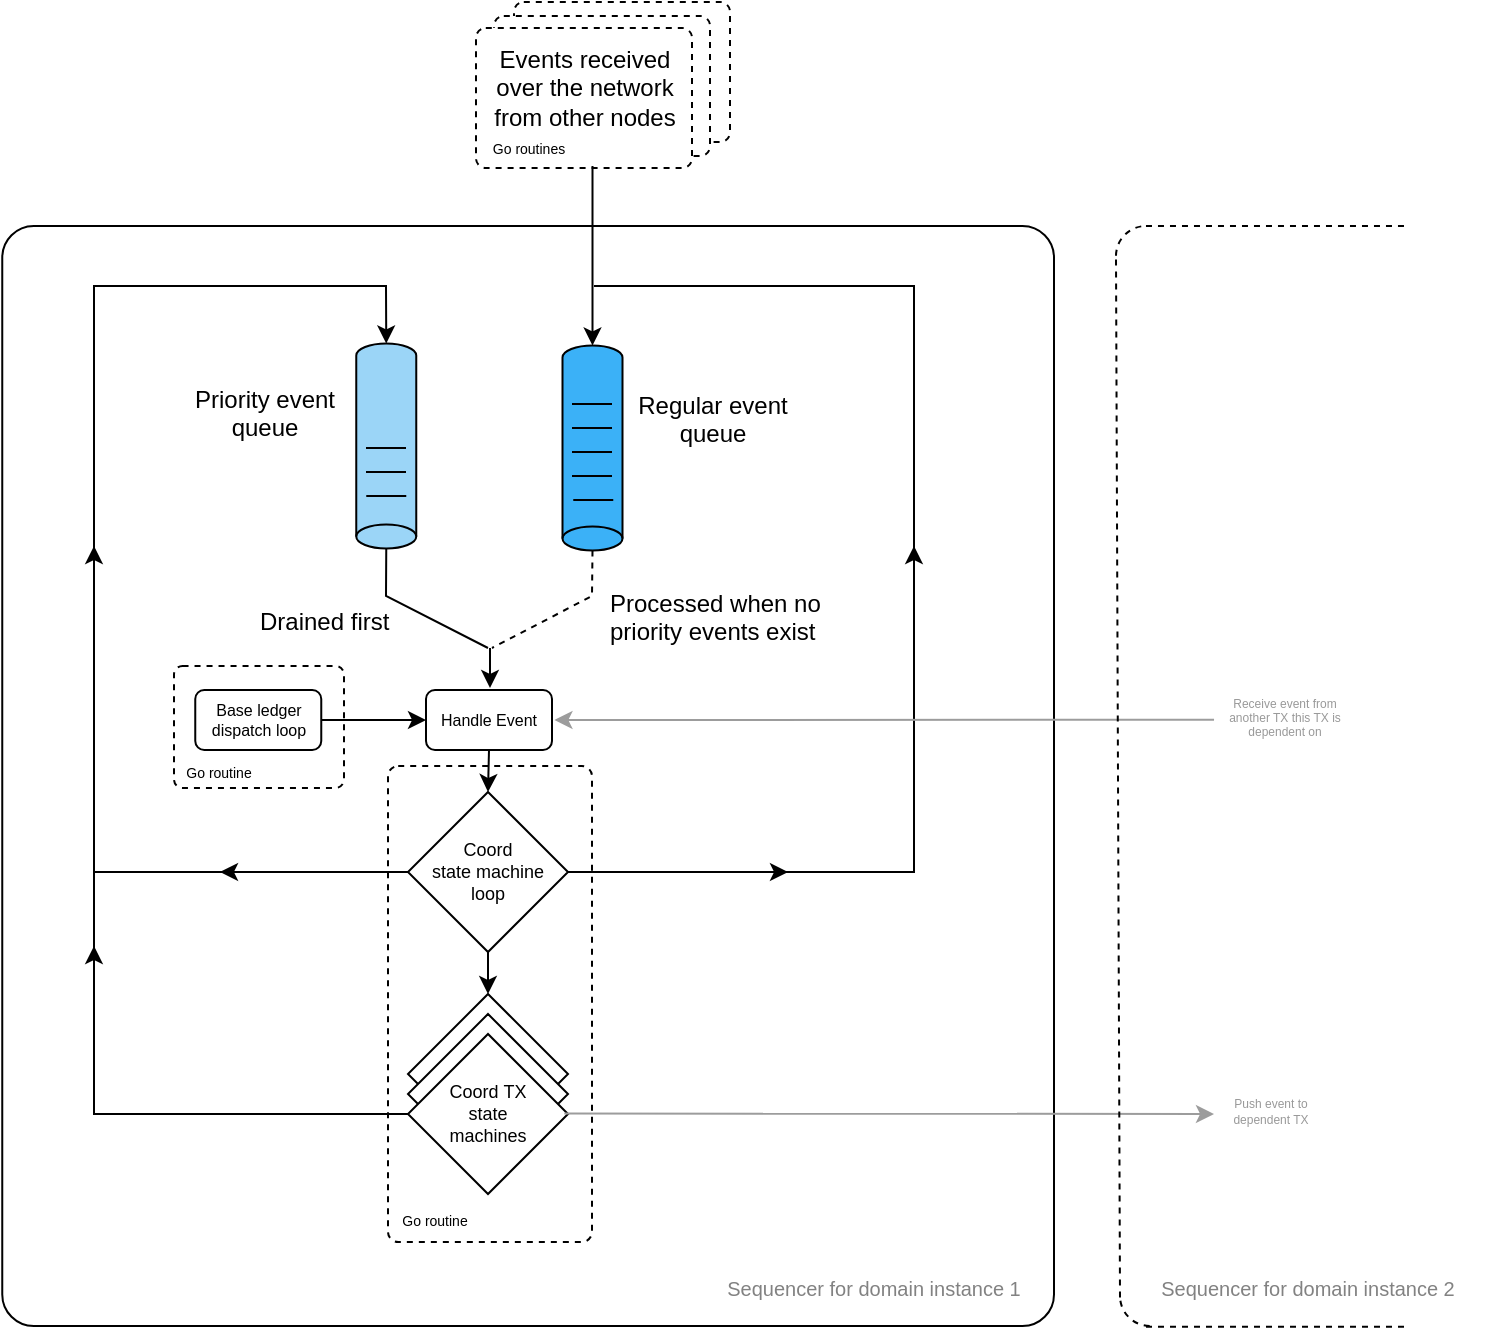
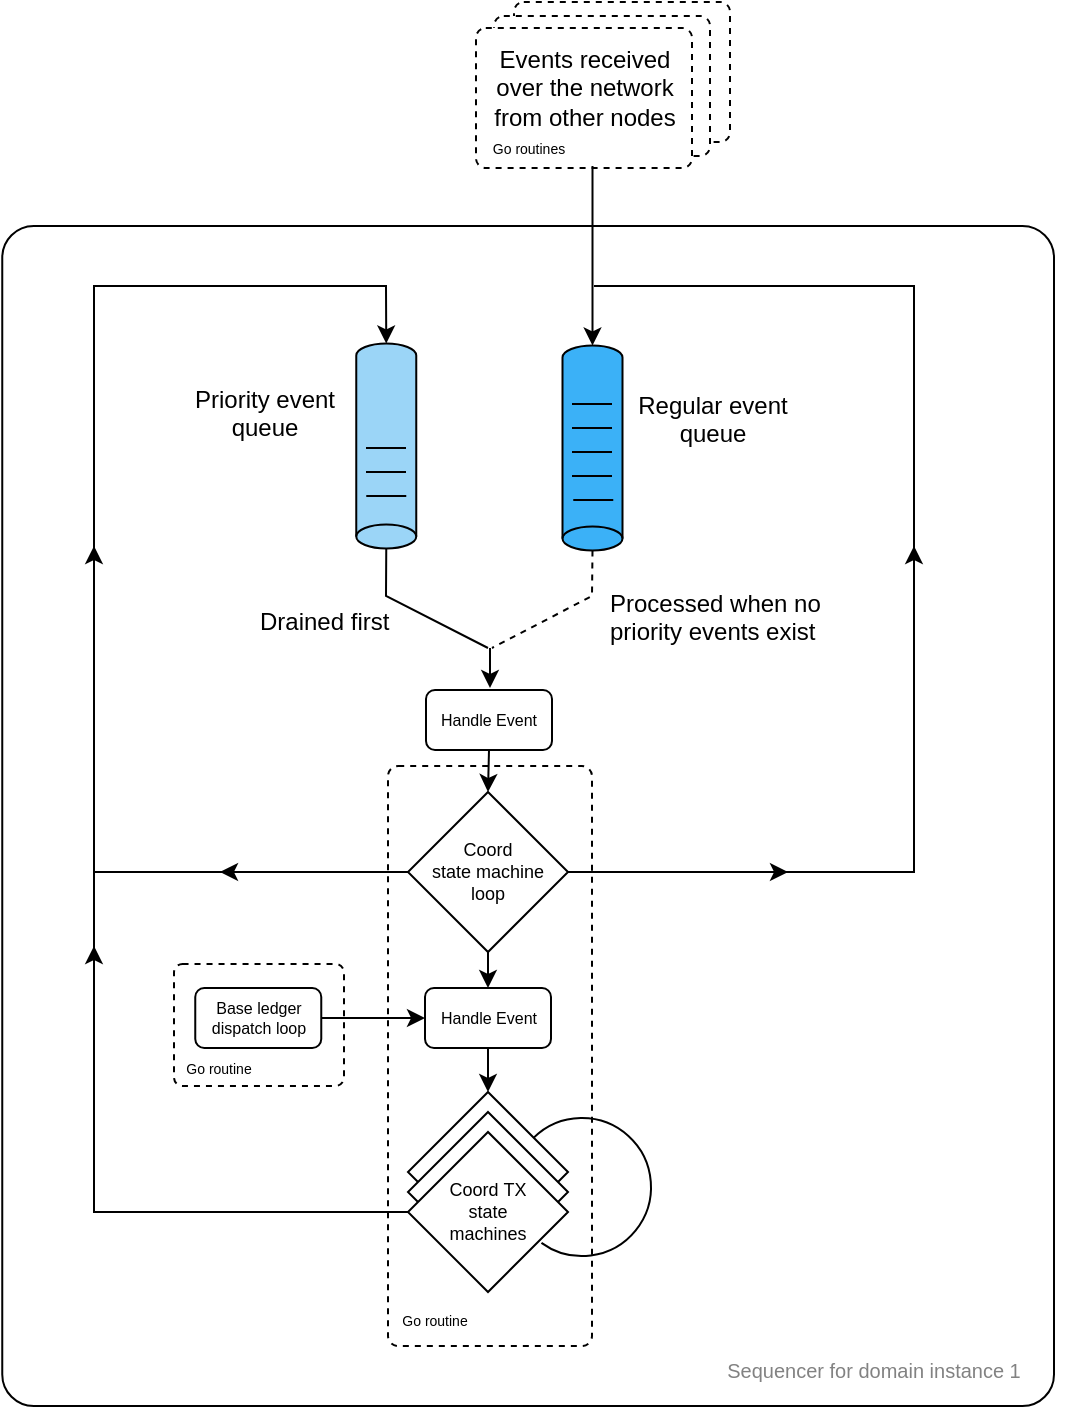
<mxfile host="app.diagrams.net" agent="Mozilla/5.0 (Macintosh; Intel Mac OS X 10_15_7) AppleWebKit/537.36 (KHTML, like Gecko) Chrome/139.0.0.0 Safari/537.36">
  <diagram name="Page-1" id="C8NSOBrv79tDnDeP1kUS">
    <mxGraphModel dx="1078" dy="1001" grid="1" gridSize="10" guides="1" tooltips="1" connect="1" arrows="1" fold="1" page="1" pageScale="1" pageWidth="827" pageHeight="1169" math="0" shadow="0">
      <root>
        <mxCell id="0" />
        <mxCell id="1" parent="0" />
+         <mxCell id="hJJGvJK_ioRVoAejF05v-124" parent="1" style="rounded=1;whiteSpace=wrap;verticalAlign=middle;spacing=0;fontSize=8;dashed=1;fillColor=none;arcSize=7;" value="" vertex="1">
+           <mxGeometry height="61" width="85" x="1030" y="489" as="geometry" />
+         </mxCell>
        <mxCell id="hJJGvJK_ioRVoAejF05v-149" parent="1" style="rounded=1;whiteSpace=wrap;verticalAlign=middle;spacing=0;fontSize=8;dashed=1;fillColor=default;arcSize=7;" value="" vertex="1">
          <mxGeometry height="70" width="108" x="1200" y="8" as="geometry" />
        </mxCell>
        <mxCell id="hJJGvJK_ioRVoAejF05v-148" parent="1" style="rounded=1;whiteSpace=wrap;verticalAlign=middle;spacing=0;fontSize=8;dashed=1;fillColor=default;arcSize=7;" value="" vertex="1">
          <mxGeometry height="70" width="108" x="1190" y="15" as="geometry" />
        </mxCell>
        <mxCell id="hJJGvJK_ioRVoAejF05v-144" parent="1" style="rounded=1;whiteSpace=wrap;verticalAlign=middle;spacing=0;fontSize=8;dashed=1;fillColor=default;arcSize=7;" value="" vertex="1">
          <mxGeometry height="70" width="108" x="1181" y="21" as="geometry" />
        </mxCell>
        <mxCell id="aNiqXzNtH5demji9GXow-4" parent="1" style="rounded=1;whiteSpace=wrap;html=1;arcSize=3;align=left;verticalAlign=bottom;spacingLeft=8;spacingBottom=4;fillColor=none;" value="" vertex="1">
-           <mxGeometry height="550" width="525.87" x="944.13" y="120" as="geometry" />
+           <mxGeometry height="590" width="525.87" x="944.13" y="120" as="geometry" />
        </mxCell>
        <mxCell id="hJJGvJK_ioRVoAejF05v-123" parent="1" style="rounded=1;whiteSpace=wrap;verticalAlign=middle;spacing=0;fontSize=8;dashed=1;fillColor=none;arcSize=5;" value="" vertex="1">
-           <mxGeometry height="238" width="102" x="1137" y="390" as="geometry" />
+           <mxGeometry height="290" width="102" x="1137" y="390" as="geometry" />
        </mxCell>
        <mxCell id="aNiqXzNtH5demji9GXow-8" parent="1" style="rhombus;whiteSpace=wrap;html=1;fontSize=9;fillColor=default;" value="&lt;font&gt;Coord&lt;/font&gt;&lt;div&gt;&lt;div&gt;&lt;font&gt;state&amp;nbsp;&lt;/font&gt;&lt;span style=&quot;background-color: transparent; color: light-dark(rgb(0, 0, 0), rgb(255, 255, 255));&quot;&gt;machine&lt;/span&gt;&lt;/div&gt;&lt;div&gt;&lt;font&gt;loop&lt;/font&gt;&lt;/div&gt;&lt;/div&gt;" vertex="1">
          <mxGeometry height="80" width="80" x="1147" y="403" as="geometry" />
        </mxCell>
        <mxCell id="aNiqXzNtH5demji9GXow-9" parent="1" style="rhombus;whiteSpace=wrap;html=1;fontSize=9;" value="&lt;font&gt;Coord&lt;/font&gt;&lt;div&gt;&lt;font&gt;TX state&lt;/font&gt;&lt;/div&gt;&lt;div&gt;&lt;font&gt;machine&lt;/font&gt;&lt;/div&gt;" vertex="1">
-           <mxGeometry height="80" width="80" x="1147" y="504" as="geometry" />
+           <mxGeometry height="80" width="80" x="1147" y="553" as="geometry" />
        </mxCell>
        <mxCell id="aNiqXzNtH5demji9GXow-10" parent="1" style="rhombus;whiteSpace=wrap;html=1;fontSize=9;" value="&lt;font&gt;Coord&lt;/font&gt;&lt;div&gt;&lt;font&gt;TX state&lt;/font&gt;&lt;/div&gt;&lt;div&gt;&lt;font&gt;machine&lt;/font&gt;&lt;/div&gt;" vertex="1">
-           <mxGeometry height="80" width="80" x="1147" y="514" as="geometry" />
+           <mxGeometry height="80" width="80" x="1147" y="563" as="geometry" />
        </mxCell>
        <mxCell id="aNiqXzNtH5demji9GXow-11" parent="1" style="rhombus;whiteSpace=wrap;html=1;fontSize=9;direction=south;" value="&lt;font&gt;Coord&amp;nbsp;&lt;/font&gt;&lt;span style=&quot;background-color: transparent; color: light-dark(rgb(0, 0, 0), rgb(255, 255, 255));&quot;&gt;TX&lt;/span&gt;&lt;div&gt;&lt;div&gt;&lt;font&gt;state&lt;/font&gt;&lt;/div&gt;&lt;div&gt;&lt;span style=&quot;background-color: transparent; color: light-dark(rgb(0, 0, 0), rgb(255, 255, 255));&quot;&gt;machines&lt;/span&gt;&lt;/div&gt;&lt;/div&gt;" vertex="1">
-           <mxGeometry height="80" width="80" x="1147" y="524" as="geometry" />
+           <mxGeometry height="80" width="80" x="1147" y="573" as="geometry" />
        </mxCell>
        <mxCell id="RWjuaOt8oKPFvKvxVDz4-2" parent="1" style="shape=cylinder3;whiteSpace=wrap;html=1;boundedLbl=1;backgroundOutline=1;size=5.999999999999773;rotation=90;direction=south;fillColor=#9BD5F7;" value="" vertex="1">
          <mxGeometry height="30" width="102.5" x="1084.88" y="215" as="geometry" />
        </mxCell>
-         <mxCell id="RWjuaOt8oKPFvKvxVDz4-19" edge="1" parent="1" source="aNiqXzNtH5demji9GXow-8" style="endArrow=classic;html=1;rounded=0;entryX=0.5;entryY=0;entryDx=0;entryDy=0;exitX=0.5;exitY=1;exitDx=0;exitDy=0;" target="aNiqXzNtH5demji9GXow-9" value="">
+         <mxCell id="RWjuaOt8oKPFvKvxVDz4-19" edge="1" parent="1" source="aNiqXzNtH5demji9GXow-8" style="endArrow=classic;html=1;rounded=0;exitX=0.5;exitY=1;exitDx=0;exitDy=0;entryX=0.5;entryY=0;entryDx=0;entryDy=0;" target="hJJGvJK_ioRVoAejF05v-150" value="">
          <mxGeometry height="50" relative="1" width="50" as="geometry">
            <mxPoint x="1146.6" y="416" as="sourcePoint" />
-             <mxPoint x="1146.6" y="436" as="targetPoint" />
+             <mxPoint x="1530" y="460" as="targetPoint" />
          </mxGeometry>
        </mxCell>
        <mxCell id="hJJGvJK_ioRVoAejF05v-11" edge="1" parent="1" style="endArrow=none;html=1;rounded=0;entryX=0.167;entryY=0.706;entryDx=0;entryDy=0;entryPerimeter=0;" value="">
          <mxGeometry height="50" relative="1" width="50" as="geometry">
            <mxPoint x="1126.13" y="255" as="sourcePoint" />
            <mxPoint x="1146.13" y="255" as="targetPoint" />
          </mxGeometry>
        </mxCell>
        <mxCell id="hJJGvJK_ioRVoAejF05v-15" parent="1" style="rounded=1;whiteSpace=wrap;fontSize=7;align=center;verticalAlign=top;arcSize=5;fontFamily=Helvetica;spacingLeft=6;spacingTop=2;html=1;textDirection=ltr;strokeColor=none;fillColor=none;" value="&lt;span style=&quot;font-size: 12px;&quot;&gt;Events received over the network from other nodes&lt;/span&gt;" vertex="1">
          <mxGeometry height="25" width="110.5" x="1177" y="21" as="geometry" />
        </mxCell>
        <mxCell id="hJJGvJK_ioRVoAejF05v-70" edge="1" parent="1" source="RWjuaOt8oKPFvKvxVDz4-2" style="endArrow=none;html=1;rounded=0;exitX=0.5;exitY=0;exitDx=0;exitDy=0;exitPerimeter=0;endFill=0;" value="">
          <mxGeometry height="50" relative="1" width="50" as="geometry">
            <Array as="points">
              <mxPoint x="1136" y="305" />
            </Array>
            <mxPoint x="947" y="535" as="sourcePoint" />
            <mxPoint x="1187" y="331" as="targetPoint" />
          </mxGeometry>
        </mxCell>
        <mxCell id="hJJGvJK_ioRVoAejF05v-71" parent="1" style="shape=cylinder3;whiteSpace=wrap;html=1;boundedLbl=1;backgroundOutline=1;size=5.999999999999773;rotation=90;direction=south;fillColor=light-dark(#3BB1F7,#6CD856);" value="" vertex="1">
          <mxGeometry height="30" width="102.5" x="1188" y="216" as="geometry" />
        </mxCell>
        <mxCell id="hJJGvJK_ioRVoAejF05v-72" edge="1" parent="1" style="endArrow=none;html=1;rounded=0;entryX=0.167;entryY=0.706;entryDx=0;entryDy=0;entryPerimeter=0;" value="">
          <mxGeometry height="50" relative="1" width="50" as="geometry">
            <mxPoint x="1229.63" y="257" as="sourcePoint" />
            <mxPoint x="1249.63" y="257" as="targetPoint" />
          </mxGeometry>
        </mxCell>
        <mxCell id="hJJGvJK_ioRVoAejF05v-73" edge="1" parent="1" source="hJJGvJK_ioRVoAejF05v-71" style="endArrow=none;html=1;rounded=0;exitX=0.5;exitY=0;exitDx=0;exitDy=0;exitPerimeter=0;dashed=1;endFill=0;" value="">
          <mxGeometry height="50" relative="1" width="50" as="geometry">
            <Array as="points">
              <mxPoint x="1239" y="305" />
            </Array>
            <mxPoint x="1312" y="282" as="sourcePoint" />
            <mxPoint x="1189" y="331" as="targetPoint" />
          </mxGeometry>
        </mxCell>
        <mxCell id="hJJGvJK_ioRVoAejF05v-74" edge="1" parent="1" style="endArrow=none;html=1;rounded=0;entryX=0.167;entryY=0.706;entryDx=0;entryDy=0;entryPerimeter=0;" value="">
          <mxGeometry height="50" relative="1" width="50" as="geometry">
            <mxPoint x="1126" y="243" as="sourcePoint" />
            <mxPoint x="1146" y="243" as="targetPoint" />
          </mxGeometry>
        </mxCell>
        <mxCell id="hJJGvJK_ioRVoAejF05v-75" edge="1" parent="1" style="endArrow=none;html=1;rounded=0;entryX=0.167;entryY=0.706;entryDx=0;entryDy=0;entryPerimeter=0;" value="">
          <mxGeometry height="50" relative="1" width="50" as="geometry">
            <mxPoint x="1126" y="231" as="sourcePoint" />
            <mxPoint x="1146" y="231" as="targetPoint" />
          </mxGeometry>
        </mxCell>
        <mxCell id="hJJGvJK_ioRVoAejF05v-78" edge="1" parent="1" style="endArrow=none;html=1;rounded=0;entryX=0.167;entryY=0.706;entryDx=0;entryDy=0;entryPerimeter=0;" value="">
          <mxGeometry height="50" relative="1" width="50" as="geometry">
            <mxPoint x="1229" y="245" as="sourcePoint" />
            <mxPoint x="1249" y="245" as="targetPoint" />
          </mxGeometry>
        </mxCell>
        <mxCell id="hJJGvJK_ioRVoAejF05v-79" edge="1" parent="1" style="endArrow=none;html=1;rounded=0;entryX=0.167;entryY=0.706;entryDx=0;entryDy=0;entryPerimeter=0;" value="">
          <mxGeometry height="50" relative="1" width="50" as="geometry">
            <mxPoint x="1229" y="233" as="sourcePoint" />
            <mxPoint x="1249" y="233" as="targetPoint" />
          </mxGeometry>
        </mxCell>
        <mxCell id="hJJGvJK_ioRVoAejF05v-80" edge="1" parent="1" style="endArrow=none;html=1;rounded=0;entryX=0.167;entryY=0.706;entryDx=0;entryDy=0;entryPerimeter=0;" value="">
          <mxGeometry height="50" relative="1" width="50" as="geometry">
            <mxPoint x="1229" y="221" as="sourcePoint" />
            <mxPoint x="1249" y="221" as="targetPoint" />
          </mxGeometry>
        </mxCell>
        <mxCell id="hJJGvJK_ioRVoAejF05v-81" parent="1" style="rounded=1;whiteSpace=wrap;fontSize=7;align=center;verticalAlign=top;arcSize=5;fontFamily=Helvetica;spacingLeft=6;spacingTop=2;html=1;textDirection=ltr;strokeColor=none;fillColor=none;" value="&lt;span style=&quot;font-size: 12px;&quot;&gt;Priority event queue&lt;/span&gt;" vertex="1">
          <mxGeometry height="25" width="97" x="1023.63" y="191" as="geometry" />
        </mxCell>
        <mxCell id="hJJGvJK_ioRVoAejF05v-82" parent="1" style="rounded=1;whiteSpace=wrap;fontSize=7;align=center;verticalAlign=top;arcSize=5;fontFamily=Helvetica;spacingLeft=6;spacingTop=2;html=1;textDirection=ltr;strokeColor=none;fillColor=none;" value="&lt;span style=&quot;font-size: 12px;&quot;&gt;Regular event queue&lt;/span&gt;" vertex="1">
          <mxGeometry height="25" width="93" x="1250" y="194" as="geometry" />
        </mxCell>
        <mxCell id="hJJGvJK_ioRVoAejF05v-83" edge="1" parent="1" style="endArrow=none;html=1;rounded=0;entryX=0.167;entryY=0.706;entryDx=0;entryDy=0;entryPerimeter=0;" value="">
          <mxGeometry height="50" relative="1" width="50" as="geometry">
            <mxPoint x="1229" y="209" as="sourcePoint" />
            <mxPoint x="1249" y="209" as="targetPoint" />
          </mxGeometry>
        </mxCell>
        <mxCell id="hJJGvJK_ioRVoAejF05v-84" parent="1" style="rounded=1;whiteSpace=wrap;fontSize=7;align=left;verticalAlign=top;arcSize=5;fontFamily=Helvetica;spacingLeft=6;spacingTop=2;html=1;textDirection=ltr;strokeColor=none;fillColor=none;" value="&lt;span style=&quot;font-size: 12px;&quot;&gt;Drained first&lt;/span&gt;" vertex="1">
          <mxGeometry height="25" width="85.37" x="1065" y="302" as="geometry" />
        </mxCell>
        <mxCell id="hJJGvJK_ioRVoAejF05v-85" parent="1" style="rounded=1;whiteSpace=wrap;fontSize=7;align=left;verticalAlign=top;arcSize=5;fontFamily=Helvetica;spacingLeft=6;spacingTop=2;html=1;textDirection=ltr;strokeColor=none;fillColor=none;" value="&lt;span style=&quot;font-size: 12px;&quot;&gt;Processed when no priority events exist&lt;/span&gt;" vertex="1">
          <mxGeometry height="25" width="119" x="1240" y="292.75" as="geometry" />
        </mxCell>
        <mxCell id="hJJGvJK_ioRVoAejF05v-87" edge="1" parent="1" source="hJJGvJK_ioRVoAejF05v-147" style="endArrow=classic;html=1;rounded=0;entryX=0.5;entryY=1;entryDx=0;entryDy=0;entryPerimeter=0;exitX=0.882;exitY=0.84;exitDx=0;exitDy=0;exitPerimeter=0;" target="hJJGvJK_ioRVoAejF05v-71" value="">
          <mxGeometry height="50" relative="1" width="50" as="geometry">
            <mxPoint x="1240" y="120" as="sourcePoint" />
            <mxPoint x="970" y="420" as="targetPoint" />
          </mxGeometry>
        </mxCell>
        <mxCell id="hJJGvJK_ioRVoAejF05v-88" edge="1" parent="1" source="aNiqXzNtH5demji9GXow-8" style="endArrow=none;html=1;rounded=0;exitX=1;exitY=0.5;exitDx=0;exitDy=0;endFill=0;" value="">
          <mxGeometry height="50" relative="1" width="50" as="geometry">
            <Array as="points">
              <mxPoint x="1400" y="443" />
              <mxPoint x="1400" y="150" />
            </Array>
            <mxPoint x="920" y="470" as="sourcePoint" />
            <mxPoint x="1240" y="150" as="targetPoint" />
          </mxGeometry>
        </mxCell>
        <mxCell id="hJJGvJK_ioRVoAejF05v-90" edge="1" parent="1" source="aNiqXzNtH5demji9GXow-8" style="endArrow=classic;html=1;rounded=0;entryX=0.5;entryY=1;entryDx=0;entryDy=0;entryPerimeter=0;exitX=0;exitY=0.5;exitDx=0;exitDy=0;" target="RWjuaOt8oKPFvKvxVDz4-2" value="">
          <mxGeometry height="50" relative="1" width="50" as="geometry">
            <Array as="points">
              <mxPoint x="990" y="443" />
              <mxPoint x="990" y="150" />
              <mxPoint x="1136" y="150" />
            </Array>
            <mxPoint x="960" y="450" as="sourcePoint" />
            <mxPoint x="970" y="420" as="targetPoint" />
          </mxGeometry>
        </mxCell>
        <mxCell id="hJJGvJK_ioRVoAejF05v-98" parent="1" style="rounded=0;whiteSpace=wrap;html=1;strokeColor=none;fillColor=none;" value="&lt;font style=&quot;color: rgb(130, 130, 130); font-size: 10px;&quot;&gt;Sequencer for domain instance 1&lt;/font&gt;" vertex="1">
-           <mxGeometry height="21" width="188" x="1286" y="640" as="geometry" />
+           <mxGeometry height="21" width="188" x="1286" y="681" as="geometry" />
        </mxCell>
        <mxCell id="hJJGvJK_ioRVoAejF05v-102" parent="1" style="rounded=1;whiteSpace=wrap;verticalAlign=middle;spacing=0;fontSize=8;" value="Handle Event" vertex="1">
          <mxGeometry height="30" width="63" x="1156" y="352" as="geometry" />
        </mxCell>
        <mxCell id="hJJGvJK_ioRVoAejF05v-103" edge="1" parent="1" source="hJJGvJK_ioRVoAejF05v-102" style="endArrow=classic;html=1;rounded=0;entryX=0.5;entryY=0;entryDx=0;entryDy=0;exitX=0.5;exitY=1;exitDx=0;exitDy=0;" target="aNiqXzNtH5demji9GXow-8" value="">
          <mxGeometry height="50" relative="1" width="50" as="geometry">
            <mxPoint x="1110" y="370" as="sourcePoint" />
            <mxPoint x="1160" y="320" as="targetPoint" />
          </mxGeometry>
        </mxCell>
        <mxCell id="hJJGvJK_ioRVoAejF05v-105" edge="1" parent="1" style="endArrow=classic;html=1;rounded=0;" value="">
          <mxGeometry height="50" relative="1" width="50" as="geometry">
            <mxPoint x="1188" y="331" as="sourcePoint" />
            <mxPoint x="1188" y="351" as="targetPoint" />
          </mxGeometry>
        </mxCell>
        <mxCell id="hJJGvJK_ioRVoAejF05v-107" edge="1" parent="1" source="aNiqXzNtH5demji9GXow-8" style="endArrow=classic;html=1;rounded=0;exitX=1;exitY=0.5;exitDx=0;exitDy=0;" value="">
          <mxGeometry height="50" relative="1" width="50" as="geometry">
            <mxPoint x="1110" y="370" as="sourcePoint" />
            <mxPoint x="1337" y="443" as="targetPoint" />
          </mxGeometry>
        </mxCell>
        <mxCell id="hJJGvJK_ioRVoAejF05v-108" edge="1" parent="1" source="aNiqXzNtH5demji9GXow-8" style="endArrow=classic;html=1;rounded=0;exitX=0;exitY=0.5;exitDx=0;exitDy=0;" value="">
          <mxGeometry height="50" relative="1" width="50" as="geometry">
            <mxPoint x="1330" y="440" as="sourcePoint" />
            <mxPoint x="1053" y="443" as="targetPoint" />
          </mxGeometry>
        </mxCell>
        <mxCell id="hJJGvJK_ioRVoAejF05v-109" edge="1" parent="1" style="endArrow=classic;html=1;rounded=0;" value="">
          <mxGeometry height="50" relative="1" width="50" as="geometry">
            <mxPoint x="1400" y="360" as="sourcePoint" />
            <mxPoint x="1400" y="280" as="targetPoint" />
          </mxGeometry>
        </mxCell>
        <mxCell id="hJJGvJK_ioRVoAejF05v-110" edge="1" parent="1" style="endArrow=classic;html=1;rounded=0;" value="">
          <mxGeometry height="50" relative="1" width="50" as="geometry">
            <mxPoint x="990" y="360" as="sourcePoint" />
            <mxPoint x="990" y="280" as="targetPoint" />
          </mxGeometry>
        </mxCell>
        <mxCell id="hJJGvJK_ioRVoAejF05v-117" edge="1" parent="1" source="aNiqXzNtH5demji9GXow-11" style="endArrow=classic;html=1;rounded=0;exitX=0.5;exitY=1;exitDx=0;exitDy=0;" value="">
          <mxGeometry height="50" relative="1" width="50" as="geometry">
            <Array as="points">
-               <mxPoint x="990" y="564" />
+               <mxPoint x="990" y="613" />
            </Array>
            <mxPoint x="1279.8" y="436.0049999999999" as="sourcePoint" />
            <mxPoint x="990" y="480" as="targetPoint" />
          </mxGeometry>
        </mxCell>
-         <mxCell id="hJJGvJK_ioRVoAejF05v-119" edge="1" parent="1" source="aNiqXzNtH5demji9GXow-11" style="endArrow=classic;html=1;rounded=0;exitX=0.497;exitY=0.023;exitDx=0;exitDy=0;exitPerimeter=0;fontColor=#33FFFF;strokeColor=#9C9C9C;" value="">
-           <mxGeometry height="50" relative="1" width="50" as="geometry">
-             <mxPoint x="1520" y="590" as="sourcePoint" />
-             <mxPoint x="1550" y="564" as="targetPoint" />
-           </mxGeometry>
-         </mxCell>
-         <mxCell id="hJJGvJK_ioRVoAejF05v-120" parent="1" style="rounded=0;whiteSpace=wrap;strokeColor=none;fillColor=none;fontSize=6;fontColor=#999999;" value="Push event to dependent TX" vertex="1">
-           <mxGeometry height="21" width="45" x="1556" y="552" as="geometry" />
-         </mxCell>
        <mxCell id="hJJGvJK_ioRVoAejF05v-121" parent="1" style="rounded=1;whiteSpace=wrap;verticalAlign=middle;spacing=0;fontSize=8;" value="Base ledger dispatch loop" vertex="1">
-           <mxGeometry height="30" width="63" x="1040.63" y="352" as="geometry" />
-         </mxCell>
-         <mxCell id="hJJGvJK_ioRVoAejF05v-122" edge="1" parent="1" source="hJJGvJK_ioRVoAejF05v-121" style="endArrow=classic;html=1;rounded=0;entryX=0;entryY=0.5;entryDx=0;entryDy=0;exitX=1;exitY=0.5;exitDx=0;exitDy=0;" target="hJJGvJK_ioRVoAejF05v-102" value="">
+           <mxGeometry height="30" width="63" x="1040.63" y="501" as="geometry" />
+         </mxCell>
+         <mxCell id="hJJGvJK_ioRVoAejF05v-122" edge="1" parent="1" source="hJJGvJK_ioRVoAejF05v-121" style="endArrow=classic;html=1;rounded=0;entryX=0;entryY=0.5;entryDx=0;entryDy=0;exitX=1;exitY=0.5;exitDx=0;exitDy=0;" target="hJJGvJK_ioRVoAejF05v-150" value="">
          <mxGeometry height="50" relative="1" width="50" as="geometry">
            <mxPoint x="990" y="400" as="sourcePoint" />
            <mxPoint x="1040" y="350" as="targetPoint" />
          </mxGeometry>
        </mxCell>
-         <mxCell id="hJJGvJK_ioRVoAejF05v-124" parent="1" style="rounded=1;whiteSpace=wrap;verticalAlign=middle;spacing=0;fontSize=8;dashed=1;fillColor=none;arcSize=7;" value="" vertex="1">
-           <mxGeometry height="61" width="85" x="1030" y="340" as="geometry" />
-         </mxCell>
        <mxCell id="hJJGvJK_ioRVoAejF05v-125" parent="1" style="rounded=1;whiteSpace=wrap;fontSize=7;align=center;verticalAlign=top;arcSize=5;fontFamily=Helvetica;spacingLeft=6;spacingTop=2;html=1;textDirection=ltr;strokeColor=none;fillColor=none;" value="&lt;font&gt;Go routine&lt;/font&gt;" vertex="1">
-           <mxGeometry height="25" width="91" x="1112" y="605" as="geometry" />
+           <mxGeometry height="25" width="91" x="1112" y="655" as="geometry" />
        </mxCell>
        <mxCell id="hJJGvJK_ioRVoAejF05v-127" parent="1" style="rounded=1;whiteSpace=wrap;fontSize=7;align=center;verticalAlign=top;arcSize=5;fontFamily=Helvetica;spacingLeft=6;spacingTop=2;html=1;textDirection=ltr;strokeColor=none;fillColor=none;" value="&lt;font&gt;Go routine&lt;/font&gt;" vertex="1">
-           <mxGeometry height="25" width="91" x="1004" y="381" as="geometry" />
-         </mxCell>
-         <mxCell id="hJJGvJK_ioRVoAejF05v-128" edge="1" parent="1" style="endArrow=classic;html=1;rounded=0;endFill=1;strokeColor=light-dark(#9c9c9c, #AFFF87);exitX=0.174;exitY=0.515;exitDx=0;exitDy=0;exitPerimeter=0;entryX=0.525;entryY=0.512;entryDx=0;entryDy=0;entryPerimeter=0;" value="">
-           <mxGeometry height="50" relative="1" width="50" as="geometry">
-             <mxPoint x="1550.02" y="366.875" as="sourcePoint" />
-             <mxPoint x="1220.21175" y="367" as="targetPoint" />
-           </mxGeometry>
-         </mxCell>
-         <mxCell id="hJJGvJK_ioRVoAejF05v-131" parent="1" style="rounded=0;whiteSpace=wrap;strokeColor=none;fillColor=none;fontSize=6;fontColor=#999999;" value="Receive event from another TX this TX is dependent on" vertex="1">
-           <mxGeometry height="21" width="67" x="1552" y="355" as="geometry" />
-         </mxCell>
-         <mxCell id="hJJGvJK_ioRVoAejF05v-133" parent="1" style="rounded=0;whiteSpace=wrap;html=1;strokeColor=none;fillColor=none;" value="&lt;font style=&quot;color: rgb(130, 130, 130); font-size: 10px;&quot;&gt;Sequencer for domain instance 2&lt;/font&gt;" vertex="1">
-           <mxGeometry height="21" width="188" x="1503" y="640" as="geometry" />
+           <mxGeometry height="25" width="91" x="1004" y="529" as="geometry" />
        </mxCell>
        <mxCell id="hJJGvJK_ioRVoAejF05v-135" edge="1" parent="1" style="endArrow=none;html=1;rounded=0;endFill=0;" value="">
          <mxGeometry height="50" relative="1" width="50" as="geometry">
            <mxPoint x="990" y="500" as="sourcePoint" />
            <mxPoint x="990" y="390" as="targetPoint" />
          </mxGeometry>
        </mxCell>
-         <mxCell id="hJJGvJK_ioRVoAejF05v-137" parent="1" style="verticalLabelPosition=bottom;verticalAlign=top;html=1;shape=mxgraph.basic.arc;startAngle=0.7515914963824541;endAngle=0;dashed=1;" value="" vertex="1">
-           <mxGeometry height="30" width="30" x="1501" y="120" as="geometry" />
-         </mxCell>
-         <mxCell id="hJJGvJK_ioRVoAejF05v-138" parent="1" style="verticalLabelPosition=bottom;verticalAlign=top;html=1;shape=mxgraph.basic.arc;startAngle=0.7515914963824541;endAngle=0;rotation=-90;dashed=1;" value="" vertex="1">
-           <mxGeometry height="30" width="30" x="1503" y="640" as="geometry" />
-         </mxCell>
-         <mxCell id="hJJGvJK_ioRVoAejF05v-141" edge="1" parent="1" source="hJJGvJK_ioRVoAejF05v-133" style="endArrow=none;html=1;rounded=0;entryX=0;entryY=0.5;entryDx=0;entryDy=0;entryPerimeter=0;exitX=0;exitY=0.75;exitDx=0;exitDy=0;endFill=0;dashed=1;" target="hJJGvJK_ioRVoAejF05v-137" value="">
-           <mxGeometry height="50" relative="1" width="50" as="geometry">
-             <mxPoint x="1200" y="400" as="sourcePoint" />
-             <mxPoint x="1250" y="350" as="targetPoint" />
-           </mxGeometry>
-         </mxCell>
-         <mxCell id="hJJGvJK_ioRVoAejF05v-142" edge="1" parent="1" style="endArrow=none;html=1;rounded=0;exitX=0.633;exitY=0;exitDx=0;exitDy=0;exitPerimeter=0;endFill=0;dashed=1;" value="">
-           <mxGeometry height="50" relative="1" width="50" as="geometry">
-             <mxPoint x="1515.9900000000002" y="120" as="sourcePoint" />
-             <mxPoint x="1646" y="120" as="targetPoint" />
-           </mxGeometry>
-         </mxCell>
-         <mxCell id="hJJGvJK_ioRVoAejF05v-143" edge="1" parent="1" style="endArrow=none;html=1;rounded=0;exitX=0.633;exitY=0;exitDx=0;exitDy=0;exitPerimeter=0;endFill=0;dashed=1;" value="">
-           <mxGeometry height="50" relative="1" width="50" as="geometry">
-             <mxPoint x="1516" y="670.43" as="sourcePoint" />
-             <mxPoint x="1646.0099999999998" y="670.43" as="targetPoint" />
-           </mxGeometry>
-         </mxCell>
        <mxCell id="hJJGvJK_ioRVoAejF05v-147" parent="1" style="rounded=1;whiteSpace=wrap;fontSize=7;align=center;verticalAlign=top;arcSize=5;fontFamily=Helvetica;spacingLeft=6;spacingTop=2;html=1;textDirection=ltr;strokeColor=none;fillColor=none;" value="&lt;font&gt;Go routines&lt;/font&gt;" vertex="1">
          <mxGeometry height="25" width="91" x="1159" y="69" as="geometry" />
+         </mxCell>
+         <mxCell id="hJJGvJK_ioRVoAejF05v-150" parent="1" style="rounded=1;whiteSpace=wrap;verticalAlign=middle;spacing=0;fontSize=8;" value="Handle Event" vertex="1">
+           <mxGeometry height="30" width="63" x="1155.5" y="501" as="geometry" />
+         </mxCell>
+         <mxCell id="hJJGvJK_ioRVoAejF05v-151" edge="1" parent="1" source="hJJGvJK_ioRVoAejF05v-150" style="endArrow=classic;html=1;rounded=0;exitX=0.5;exitY=1;exitDx=0;exitDy=0;entryX=0.5;entryY=0;entryDx=0;entryDy=0;" target="aNiqXzNtH5demji9GXow-9" value="">
+           <mxGeometry height="50" relative="1" width="50" as="geometry">
+             <mxPoint x="1180" y="500" as="sourcePoint" />
+             <mxPoint x="1180" y="524" as="targetPoint" />
+           </mxGeometry>
+         </mxCell>
+         <mxCell id="hJJGvJK_ioRVoAejF05v-153" parent="1" style="shape=mxgraph.basic.arc;html=1;startAngle=0.37609760289585414;endAngle=0.1;endArrow=none;endFill=0;startArrow=classic;startFill=1;rotation=-180;" value="" vertex="1">
+           <mxGeometry height="69" width="69" x="1199.5" y="566" as="geometry" />
        </mxCell>
      </root>
    </mxGraphModel>
  </diagram>
</mxfile>
